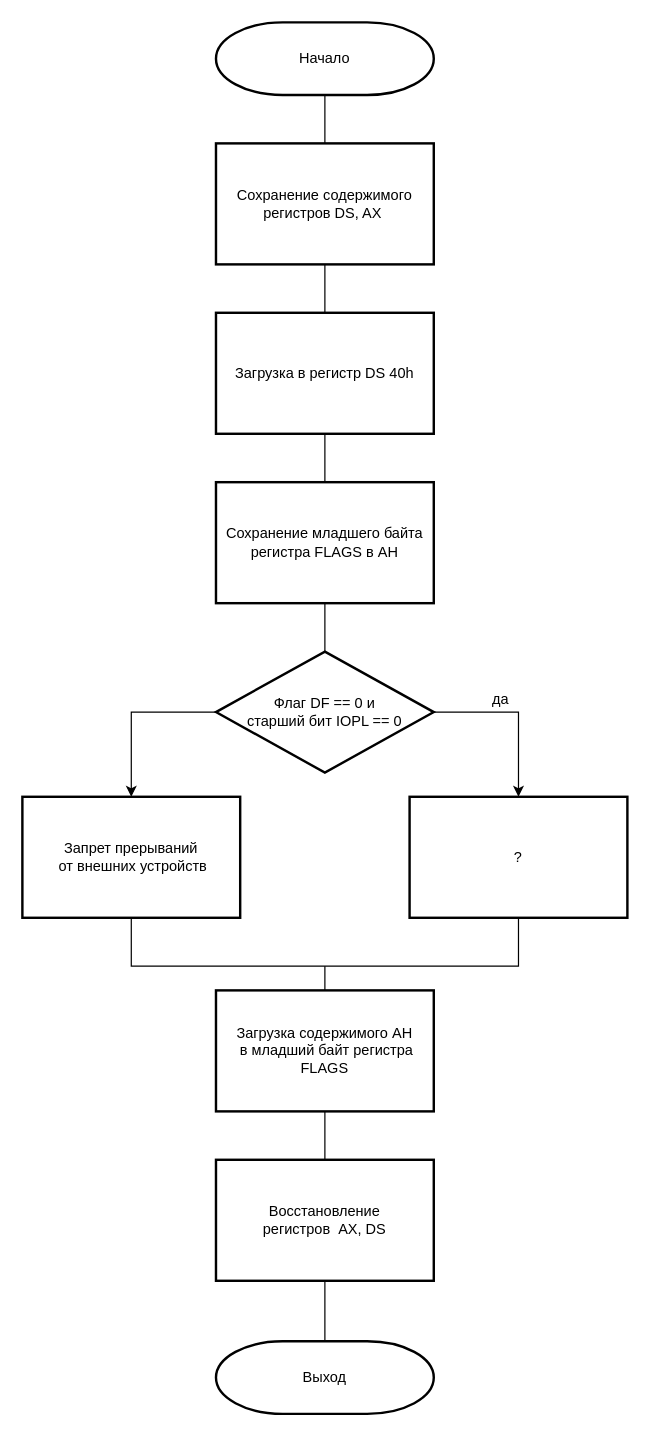
Earlier version of the draw.io diagram sem5/lab_01/algorithm/sub_1.drawio (hamzreg/bmstu-os). Source tidied: cells renumbered, new cells numbered last; positions are measured from the earlier drawing's top-left corner, leaving out a move shared by most shapes. Both pictures are drawn from the tidied source at 121%, with x=0, y=0 at pixel (22, 22).
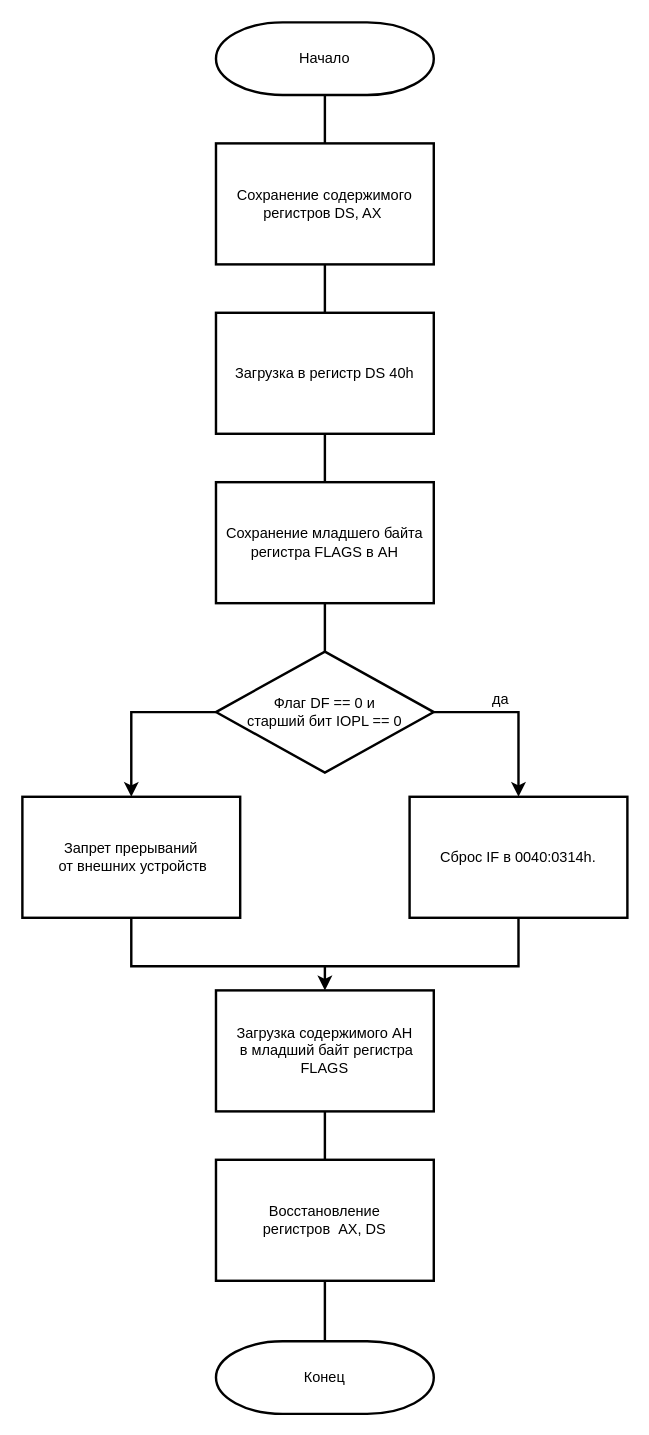
The same page after the edit.

The change refers to these unchanged cells:
```xml
<mxCell id="3" value="Начало" style="strokeWidth=2;html=1;shape=mxgraph.flowchart.terminator;whiteSpace=wrap;" parent="1" vertex="1">
  <mxGeometry x="160" width="180" height="60" as="geometry" />
</mxCell>
<mxCell id="5" value="Сохранение содержимого регистров DS, AX&amp;nbsp;" style="rounded=0;whiteSpace=wrap;html=1;absoluteArcSize=1;arcSize=14;strokeWidth=2;" parent="1" vertex="1">
  <mxGeometry x="160" y="100" width="180" height="100" as="geometry" />
</mxCell>
<mxCell id="7" value="Загрузка в регистр DS 40h" style="rounded=0;whiteSpace=wrap;html=1;absoluteArcSize=1;arcSize=14;strokeWidth=2;" parent="1" vertex="1">
  <mxGeometry x="160" y="240" width="180" height="100" as="geometry" />
</mxCell>
<mxCell id="9" value="Сохранение младшего байта регистра FLAGS в AH" style="rounded=0;whiteSpace=wrap;html=1;absoluteArcSize=1;arcSize=14;strokeWidth=2;" parent="1" vertex="1">
  <mxGeometry x="160" y="380" width="180" height="100" as="geometry" />
</mxCell>
<mxCell id="13" value="&lt;font style=&quot;font-size: 12px&quot;&gt;Флаг DF == 0 и &lt;br&gt;старший бит IOPL == 0&lt;/font&gt;" style="strokeWidth=2;html=1;shape=mxgraph.flowchart.decision;whiteSpace=wrap;" parent="1" vertex="1">
  <mxGeometry x="160" y="520" width="180" height="100" as="geometry" />
</mxCell>
<mxCell id="15" value="Запрет прерываний&lt;br&gt;&amp;nbsp;от внешних устройств" style="rounded=0;whiteSpace=wrap;html=1;absoluteArcSize=1;arcSize=14;strokeWidth=2;" parent="1" vertex="1">
  <mxGeometry y="640" width="180" height="100" as="geometry" />
</mxCell>
<mxCell id="19" value="Загрузка содержимого AH&lt;br&gt;&amp;nbsp;в младший байт регистра FLAGS" style="rounded=0;whiteSpace=wrap;html=1;absoluteArcSize=1;arcSize=14;strokeWidth=2;" parent="1" vertex="1">
  <mxGeometry x="160" y="800" width="180" height="100" as="geometry" />
</mxCell>
<mxCell id="21" value="Восстановление &lt;br&gt;регистров&amp;nbsp; AX, DS" style="rounded=0;whiteSpace=wrap;html=1;absoluteArcSize=1;arcSize=14;strokeWidth=2;" parent="1" vertex="1">
  <mxGeometry x="160" y="940" width="180" height="100" as="geometry" />
</mxCell>
```

The edit, as a diff of the source:
```diff
@@
-    <mxCell id="2" style="edgeStyle=orthogonalEdgeStyle;rounded=0;jettySize=auto;html=1;exitX=0.5;exitY=1;exitDx=0;exitDy=0;exitPerimeter=0;entryX=0.5;entryY=0;entryDx=0;entryDy=0;endArrow=none;endFill=0;" parent="1" edge="1" source="3" target="5">
+    <mxCell id="2" style="edgeStyle=orthogonalEdgeStyle;rounded=0;jettySize=auto;html=1;exitX=0.5;exitY=1;exitDx=0;exitDy=0;exitPerimeter=0;entryX=0.5;entryY=0;entryDx=0;entryDy=0;endArrow=none;endFill=0;strokeWidth=2;" parent="1" edge="1" source="3" target="5">
       <mxGeometry relative="1" as="geometry" />
     </mxCell>
@@
-    <mxCell id="4" style="edgeStyle=orthogonalEdgeStyle;rounded=0;jettySize=auto;html=1;exitX=0.5;exitY=1;exitDx=0;exitDy=0;entryX=0.5;entryY=0;entryDx=0;entryDy=0;endArrow=none;endFill=0;" parent="1" edge="1" source="5" target="7">
+    <mxCell id="4" style="edgeStyle=orthogonalEdgeStyle;rounded=0;jettySize=auto;html=1;exitX=0.5;exitY=1;exitDx=0;exitDy=0;entryX=0.5;entryY=0;entryDx=0;entryDy=0;endArrow=none;endFill=0;strokeWidth=2;" parent="1" edge="1" source="5" target="7">
       <mxGeometry relative="1" as="geometry" />
     </mxCell>
@@
-    <mxCell id="6" style="edgeStyle=orthogonalEdgeStyle;rounded=0;jettySize=auto;html=1;exitX=0.5;exitY=1;exitDx=0;exitDy=0;entryX=0.5;entryY=0;entryDx=0;entryDy=0;endArrow=none;endFill=0;" parent="1" edge="1" source="7" target="9">
+    <mxCell id="6" style="edgeStyle=orthogonalEdgeStyle;rounded=0;jettySize=auto;html=1;exitX=0.5;exitY=1;exitDx=0;exitDy=0;entryX=0.5;entryY=0;entryDx=0;entryDy=0;endArrow=none;endFill=0;strokeWidth=2;" parent="1" edge="1" source="7" target="9">
       <mxGeometry relative="1" as="geometry" />
     </mxCell>
@@
-    <mxCell id="8" style="edgeStyle=orthogonalEdgeStyle;rounded=0;jettySize=auto;html=1;exitX=0.5;exitY=1;exitDx=0;exitDy=0;entryX=0.5;entryY=0;entryDx=0;entryDy=0;entryPerimeter=0;endArrow=none;endFill=0;" parent="1" edge="1" source="9" target="13">
+    <mxCell id="8" style="edgeStyle=orthogonalEdgeStyle;rounded=0;jettySize=auto;html=1;exitX=0.5;exitY=1;exitDx=0;exitDy=0;entryX=0.5;entryY=0;entryDx=0;entryDy=0;entryPerimeter=0;endArrow=none;endFill=0;strokeWidth=2;" parent="1" edge="1" source="9" target="13">
       <mxGeometry relative="1" as="geometry" />
     </mxCell>
@@
-    <mxCell id="10" value="Выход" style="strokeWidth=2;html=1;shape=mxgraph.flowchart.terminator;whiteSpace=wrap;" parent="1" vertex="1">
+    <mxCell id="10" value="Конец" style="strokeWidth=2;html=1;shape=mxgraph.flowchart.terminator;whiteSpace=wrap;" parent="1" vertex="1">
       <mxGeometry x="160" y="1090" width="180" height="60" as="geometry" />
     </mxCell>
-    <mxCell id="11" style="edgeStyle=orthogonalEdgeStyle;rounded=0;jettySize=auto;html=1;exitX=1;exitY=0.5;exitDx=0;exitDy=0;exitPerimeter=0;entryX=0.5;entryY=0;entryDx=0;entryDy=0;" parent="1" edge="1" source="13" target="16">
+    <mxCell id="11" style="edgeStyle=orthogonalEdgeStyle;rounded=0;jettySize=auto;html=1;exitX=1;exitY=0.5;exitDx=0;exitDy=0;exitPerimeter=0;entryX=0.5;entryY=0;entryDx=0;entryDy=0;strokeWidth=2;" parent="1" edge="1" source="13" target="16">
       <mxGeometry relative="1" as="geometry" />
     </mxCell>
-    <mxCell id="12" style="edgeStyle=orthogonalEdgeStyle;rounded=0;jettySize=auto;html=1;exitX=0;exitY=0.5;exitDx=0;exitDy=0;exitPerimeter=0;entryX=0.5;entryY=0;entryDx=0;entryDy=0;" parent="1" edge="1" source="13" target="15">
+    <mxCell id="12" style="edgeStyle=orthogonalEdgeStyle;rounded=0;jettySize=auto;html=1;exitX=0;exitY=0.5;exitDx=0;exitDy=0;exitPerimeter=0;entryX=0.5;entryY=0;entryDx=0;entryDy=0;strokeWidth=2;" parent="1" edge="1" source="13" target="15">
       <mxGeometry relative="1" as="geometry" />
     </mxCell>
@@
-    <mxCell id="14" style="edgeStyle=orthogonalEdgeStyle;rounded=0;jettySize=auto;html=1;exitX=0.5;exitY=1;exitDx=0;exitDy=0;entryX=0.5;entryY=1;entryDx=0;entryDy=0;endArrow=none;endFill=0;" parent="1" edge="1" source="15" target="16">
+    <mxCell id="14" style="edgeStyle=orthogonalEdgeStyle;rounded=0;jettySize=auto;html=1;exitX=0.5;exitY=1;exitDx=0;exitDy=0;entryX=0.5;entryY=1;entryDx=0;entryDy=0;endArrow=none;endFill=0;strokeWidth=2;" parent="1" edge="1" source="15" target="16">
       <mxGeometry relative="1" as="geometry">
         <Array as="points">
           <mxPoint x="90" y="780" />
           <mxPoint x="410" y="780" />
         </Array>
       </mxGeometry>
     </mxCell>
@@
-    <mxCell id="16" value="?" style="rounded=0;whiteSpace=wrap;html=1;absoluteArcSize=1;arcSize=14;strokeWidth=2;" parent="1" vertex="1">
+    <mxCell id="16" value="Сброс IF в 0040:0314h." style="rounded=0;whiteSpace=wrap;html=1;absoluteArcSize=1;arcSize=14;strokeWidth=2;" parent="1" vertex="1">
       <mxGeometry x="320" y="640" width="180" height="100" as="geometry" />
     </mxCell>
-    <mxCell id="17" style="edgeStyle=orthogonalEdgeStyle;rounded=0;jettySize=auto;html=1;exitX=0.5;exitY=1;exitDx=0;exitDy=0;entryX=0.5;entryY=0;entryDx=0;entryDy=0;endArrow=none;endFill=0;" parent="1" edge="1" source="19" target="21">
+    <mxCell id="17" style="edgeStyle=orthogonalEdgeStyle;rounded=0;jettySize=auto;html=1;exitX=0.5;exitY=1;exitDx=0;exitDy=0;entryX=0.5;entryY=0;entryDx=0;entryDy=0;endArrow=none;endFill=0;strokeWidth=2;" parent="1" edge="1" source="19" target="21">
       <mxGeometry relative="1" as="geometry" />
     </mxCell>
-    <mxCell id="18" style="edgeStyle=orthogonalEdgeStyle;rounded=0;jettySize=auto;html=1;exitX=0.5;exitY=0;exitDx=0;exitDy=0;endArrow=none;endFill=0;" parent="1" edge="1" source="19">
+    <mxCell id="18" style="edgeStyle=orthogonalEdgeStyle;rounded=0;jettySize=auto;html=1;exitX=0.5;exitY=0;exitDx=0;exitDy=0;endArrow=classic;endFill=1;entryX=0.5;entryY=0;entryDx=0;entryDy=0;strokeWidth=2;" parent="1" edge="1" target="19">
       <mxGeometry relative="1" as="geometry">
-        <mxPoint x="250" y="780" as="targetPoint" />
+        <mxPoint x="250" y="780" as="sourcePoint" />
       </mxGeometry>
     </mxCell>
@@
-    <mxCell id="20" style="edgeStyle=orthogonalEdgeStyle;rounded=0;jettySize=auto;html=1;exitX=0.5;exitY=1;exitDx=0;exitDy=0;entryX=0.5;entryY=0;entryDx=0;entryDy=0;entryPerimeter=0;endArrow=none;endFill=0;" parent="1" edge="1" source="21" target="10">
+    <mxCell id="20" style="edgeStyle=orthogonalEdgeStyle;rounded=0;jettySize=auto;html=1;exitX=0.5;exitY=1;exitDx=0;exitDy=0;entryX=0.5;entryY=0;entryDx=0;entryDy=0;entryPerimeter=0;endArrow=none;endFill=0;strokeWidth=2;" parent="1" edge="1" source="21" target="10">
       <mxGeometry relative="1" as="geometry" />
     </mxCell>
@@
-    <mxCell id="22" value="да" style="text;html=1;align=center;verticalAlign=middle;strokeColor=none;" parent="1" vertex="1">
+    <mxCell id="22" value="да" style="text;html=1;align=center;verticalAlign=middle;strokeColor=none;strokeWidth=2;" parent="1" vertex="1">
       <mxGeometry x="380" y="550" width="30" height="20" as="geometry" />
     </mxCell>
```
